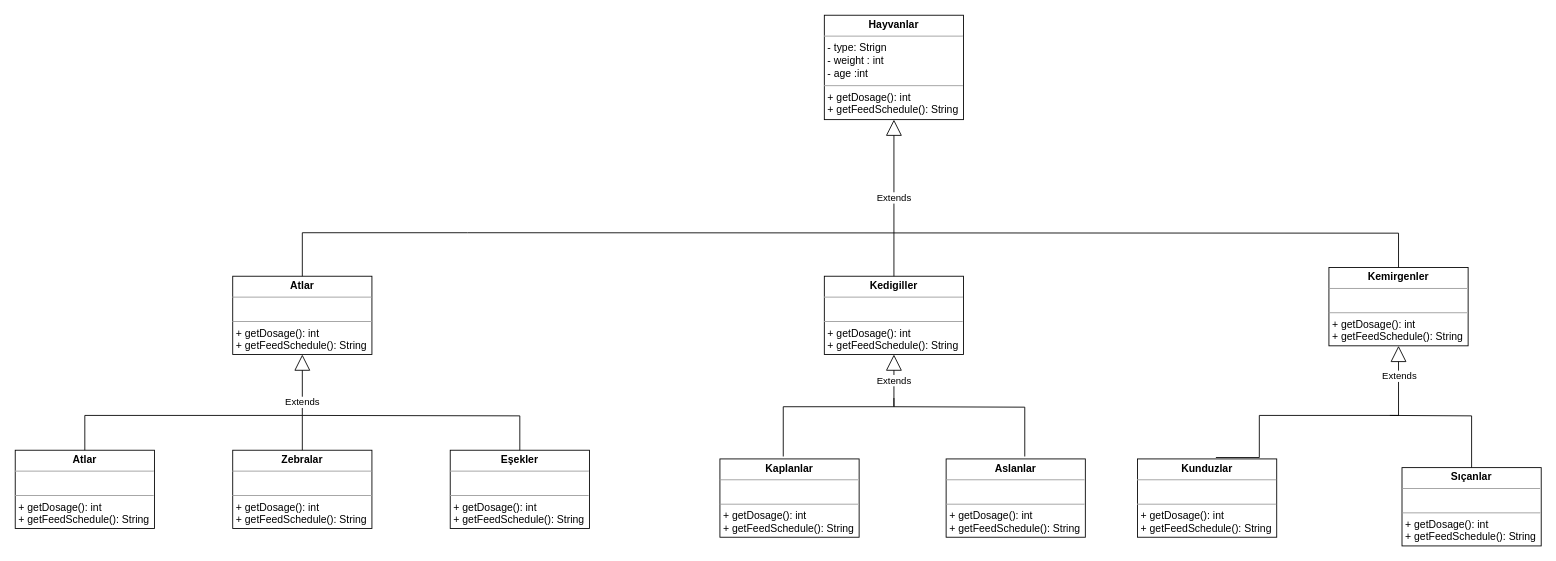
Earlier version of the draw.io diagram HayvanatBahçesiYönetim.drawio (batukucukturk/kodluyoruzilkrepo). Source tidied: cells renumbered, new cells numbered last; positions are measured from the earlier drawing's top-left corner, leaving out a move shared by most shapes. Both pictures are drawn from the tidied source at 87%, with x=0, y=0 at pixel (15, 15).
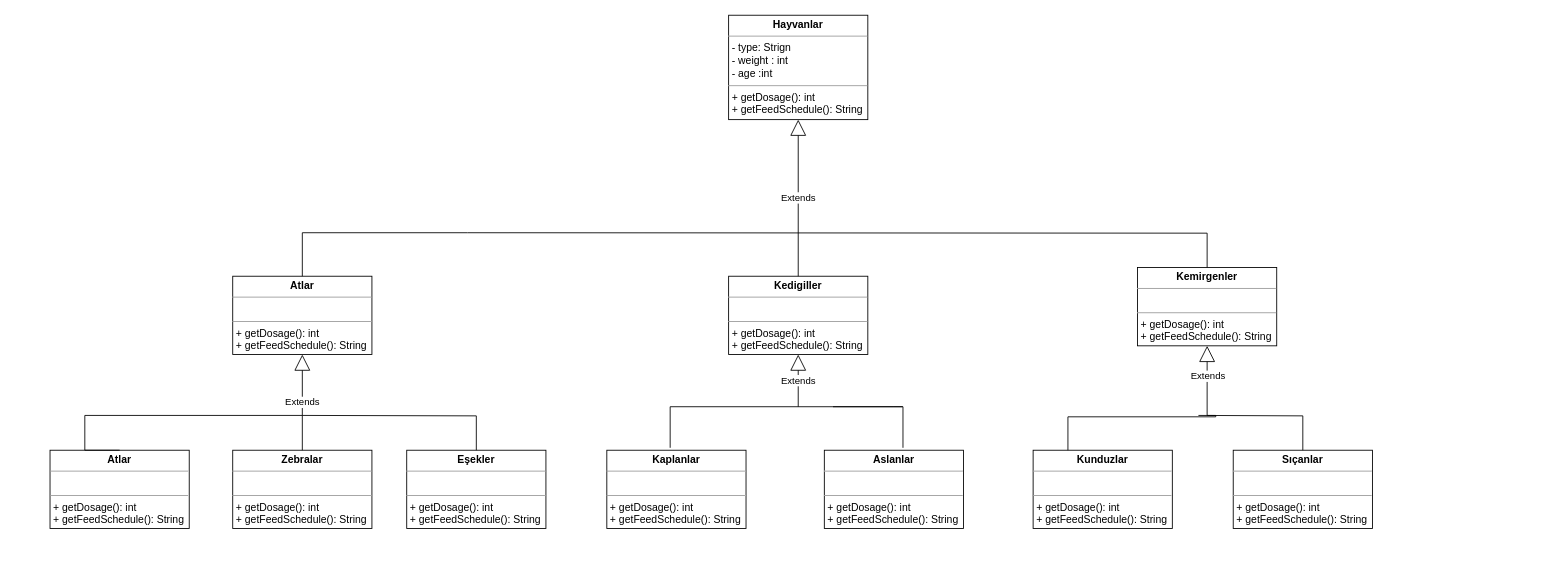
The same page after the edit.

What changed in the source:
```diff
@@
     <mxCell id="2" value="&lt;p style=&quot;margin:0px;margin-top:4px;text-align:center;&quot;&gt;&lt;b&gt;Hayvanlar&lt;/b&gt;&lt;/p&gt;&lt;hr size=&quot;1&quot;&gt;&lt;p style=&quot;margin:0px;margin-left:4px;&quot;&gt;- type: Strign&lt;/p&gt;&lt;p style=&quot;margin:0px;margin-left:4px;&quot;&gt;- weight : int&lt;/p&gt;&lt;p style=&quot;margin:0px;margin-left:4px;&quot;&gt;- age :int&lt;/p&gt;&lt;hr size=&quot;1&quot;&gt;&lt;p style=&quot;margin:0px;margin-left:4px;&quot;&gt;+ getDosage(): int&lt;/p&gt;&lt;p style=&quot;margin:0px;margin-left:4px;&quot;&gt;+ getFeedSchedule(): String&lt;/p&gt;" style="verticalAlign=top;align=left;overflow=fill;fontSize=12;fontFamily=Helvetica;html=1;whiteSpace=wrap;" parent="1" vertex="1">
-      <mxGeometry x="930" width="160" height="120" as="geometry" />
+      <mxGeometry x="820" width="160" height="120" as="geometry" />
     </mxCell>
     <mxCell id="3" value="&lt;p style=&quot;margin:0px;margin-top:4px;text-align:center;&quot;&gt;&lt;b&gt;Sıçanlar&lt;/b&gt;&lt;/p&gt;&lt;hr size=&quot;1&quot;&gt;&lt;p style=&quot;margin:0px;margin-left:4px;&quot;&gt;&lt;br&gt;&lt;/p&gt;&lt;hr size=&quot;1&quot;&gt;&lt;p style=&quot;border-color: var(--border-color); margin: 0px 0px 0px 4px;&quot;&gt;+ getDosage(): int&lt;/p&gt;&lt;p style=&quot;border-color: var(--border-color); margin: 0px 0px 0px 4px;&quot;&gt;+ getFeedSchedule(): String&lt;/p&gt;" style="verticalAlign=top;align=left;overflow=fill;fontSize=12;fontFamily=Helvetica;html=1;whiteSpace=wrap;" parent="1" vertex="1">
-      <mxGeometry x="1594" y="520" width="160" height="90" as="geometry" />
+      <mxGeometry x="1400" y="500" width="160" height="90" as="geometry" />
     </mxCell>
     <mxCell id="4" value="&lt;p style=&quot;margin:0px;margin-top:4px;text-align:center;&quot;&gt;&lt;b&gt;Kemirgenler&lt;/b&gt;&lt;/p&gt;&lt;hr size=&quot;1&quot;&gt;&lt;p style=&quot;margin:0px;margin-left:4px;&quot;&gt;&lt;br&gt;&lt;/p&gt;&lt;hr size=&quot;1&quot;&gt;&lt;p style=&quot;border-color: var(--border-color); margin: 0px 0px 0px 4px;&quot;&gt;+ getDosage(): int&lt;/p&gt;&lt;p style=&quot;border-color: var(--border-color); margin: 0px 0px 0px 4px;&quot;&gt;+ getFeedSchedule(): String&lt;/p&gt;" style="verticalAlign=top;align=left;overflow=fill;fontSize=12;fontFamily=Helvetica;html=1;whiteSpace=wrap;" parent="1" vertex="1">
-      <mxGeometry x="1510" y="290" width="160" height="90" as="geometry" />
+      <mxGeometry x="1290" y="290" width="160" height="90" as="geometry" />
     </mxCell>
     <mxCell id="5" value="&lt;p style=&quot;margin:0px;margin-top:4px;text-align:center;&quot;&gt;&lt;b&gt;Kedigiller&lt;/b&gt;&lt;/p&gt;&lt;hr size=&quot;1&quot;&gt;&lt;p style=&quot;margin:0px;margin-left:4px;&quot;&gt;&lt;br&gt;&lt;/p&gt;&lt;hr size=&quot;1&quot;&gt;&lt;p style=&quot;border-color: var(--border-color); margin: 0px 0px 0px 4px;&quot;&gt;+ getDosage(): int&lt;/p&gt;&lt;p style=&quot;border-color: var(--border-color); margin: 0px 0px 0px 4px;&quot;&gt;+ getFeedSchedule(): String&lt;/p&gt;" style="verticalAlign=top;align=left;overflow=fill;fontSize=12;fontFamily=Helvetica;html=1;whiteSpace=wrap;" parent="1" vertex="1">
-      <mxGeometry x="930" y="300" width="160" height="90" as="geometry" />
+      <mxGeometry x="820" y="300" width="160" height="90" as="geometry" />
     </mxCell>
     <mxCell id="6" value="&lt;p style=&quot;margin:0px;margin-top:4px;text-align:center;&quot;&gt;&lt;b&gt;Kaplanlar&lt;/b&gt;&lt;/p&gt;&lt;hr size=&quot;1&quot;&gt;&lt;p style=&quot;margin:0px;margin-left:4px;&quot;&gt;&lt;br&gt;&lt;/p&gt;&lt;hr size=&quot;1&quot;&gt;&lt;p style=&quot;border-color: var(--border-color); margin: 0px 0px 0px 4px;&quot;&gt;+ getDosage(): int&lt;/p&gt;&lt;p style=&quot;border-color: var(--border-color); margin: 0px 0px 0px 4px;&quot;&gt;+ getFeedSchedule(): String&lt;/p&gt;" style="verticalAlign=top;align=left;overflow=fill;fontSize=12;fontFamily=Helvetica;html=1;whiteSpace=wrap;" parent="1" vertex="1">
-      <mxGeometry x="810" y="510" width="160" height="90" as="geometry" />
+      <mxGeometry x="680" y="500" width="160" height="90" as="geometry" />
     </mxCell>
     <mxCell id="7" value="&lt;p style=&quot;margin:0px;margin-top:4px;text-align:center;&quot;&gt;&lt;b&gt;Eşekler&lt;/b&gt;&lt;/p&gt;&lt;hr size=&quot;1&quot;&gt;&lt;p style=&quot;margin:0px;margin-left:4px;&quot;&gt;&lt;br&gt;&lt;/p&gt;&lt;hr size=&quot;1&quot;&gt;&lt;p style=&quot;border-color: var(--border-color); margin: 0px 0px 0px 4px;&quot;&gt;+ getDosage(): int&lt;/p&gt;&lt;p style=&quot;border-color: var(--border-color); margin: 0px 0px 0px 4px;&quot;&gt;+ getFeedSchedule(): String&lt;/p&gt;" style="verticalAlign=top;align=left;overflow=fill;fontSize=12;fontFamily=Helvetica;html=1;whiteSpace=wrap;" parent="1" vertex="1">
-      <mxGeometry x="500" y="500" width="160" height="90" as="geometry" />
+      <mxGeometry x="450" y="500" width="160" height="90" as="geometry" />
     </mxCell>
     <mxCell id="8" value="&lt;p style=&quot;margin:0px;margin-top:4px;text-align:center;&quot;&gt;&lt;b&gt;Atlar&lt;/b&gt;&lt;/p&gt;&lt;hr size=&quot;1&quot;&gt;&lt;p style=&quot;margin:0px;margin-left:4px;&quot;&gt;&lt;br&gt;&lt;/p&gt;&lt;hr size=&quot;1&quot;&gt;&lt;p style=&quot;border-color: var(--border-color); margin: 0px 0px 0px 4px;&quot;&gt;+ getDosage(): int&lt;/p&gt;&lt;p style=&quot;border-color: var(--border-color); margin: 0px 0px 0px 4px;&quot;&gt;+ getFeedSchedule(): String&lt;/p&gt;" style="verticalAlign=top;align=left;overflow=fill;fontSize=12;fontFamily=Helvetica;html=1;whiteSpace=wrap;" parent="1" vertex="1">
-      <mxGeometry y="500" width="160" height="90" as="geometry" />
+      <mxGeometry x="40" y="500" width="160" height="90" as="geometry" />
     </mxCell>
@@
     <mxCell id="13" value="&lt;p style=&quot;margin:0px;margin-top:4px;text-align:center;&quot;&gt;&lt;b&gt;Kunduzlar&lt;/b&gt;&lt;/p&gt;&lt;hr size=&quot;1&quot;&gt;&lt;p style=&quot;margin:0px;margin-left:4px;&quot;&gt;&lt;br&gt;&lt;/p&gt;&lt;hr size=&quot;1&quot;&gt;&lt;p style=&quot;border-color: var(--border-color); margin: 0px 0px 0px 4px;&quot;&gt;+ getDosage(): int&lt;/p&gt;&lt;p style=&quot;border-color: var(--border-color); margin: 0px 0px 0px 4px;&quot;&gt;+ getFeedSchedule(): String&lt;/p&gt;" style="verticalAlign=top;align=left;overflow=fill;fontSize=12;fontFamily=Helvetica;html=1;whiteSpace=wrap;" parent="1" vertex="1">
-      <mxGeometry x="1290" y="510" width="160" height="90" as="geometry" />
+      <mxGeometry x="1170" y="500" width="160" height="90" as="geometry" />
     </mxCell>
     <mxCell id="14" value="&lt;p style=&quot;margin:0px;margin-top:4px;text-align:center;&quot;&gt;&lt;b&gt;Aslanlar&lt;/b&gt;&lt;/p&gt;&lt;hr size=&quot;1&quot;&gt;&lt;p style=&quot;margin:0px;margin-left:4px;&quot;&gt;&lt;br&gt;&lt;/p&gt;&lt;hr size=&quot;1&quot;&gt;&lt;p style=&quot;border-color: var(--border-color); margin: 0px 0px 0px 4px;&quot;&gt;+ getDosage(): int&lt;/p&gt;&lt;p style=&quot;border-color: var(--border-color); margin: 0px 0px 0px 4px;&quot;&gt;+ getFeedSchedule(): String&lt;/p&gt;" style="verticalAlign=top;align=left;overflow=fill;fontSize=12;fontFamily=Helvetica;html=1;whiteSpace=wrap;" parent="1" vertex="1">
-      <mxGeometry x="1070" y="510" width="160" height="90" as="geometry" />
+      <mxGeometry x="930" y="500" width="160" height="90" as="geometry" />
     </mxCell>
@@
     <mxCell id="16" value="Extends" style="endArrow=block;endSize=16;endFill=0;html=1;rounded=0;entryX=0.5;entryY=1;entryDx=0;entryDy=0;" parent="1" edge="1" target="4">
       <mxGeometry x="0.12" y="-1" relative="1" as="geometry">
-        <mxPoint x="1590" y="460" as="sourcePoint" />
+        <mxPoint x="1370" y="460" as="sourcePoint" />
       </mxGeometry>
     </mxCell>
     <mxCell id="17" value="Extends" style="endArrow=block;endSize=16;endFill=0;html=1;rounded=0;entryX=0.5;entryY=1;entryDx=0;entryDy=0;" parent="1" edge="1" target="5">
       <mxGeometry relative="1" as="geometry">
-        <mxPoint x="1010" y="450" as="sourcePoint" />
+        <mxPoint x="900" y="450" as="sourcePoint" />
       </mxGeometry>
     </mxCell>
@@
     <mxCell id="21" style="endArrow=none;html=1;edgeStyle=orthogonalEdgeStyle;rounded=0;exitX=0.455;exitY=-0.031;exitDx=0;exitDy=0;exitPerimeter=0;" parent="1" edge="1" source="6">
       <mxGeometry relative="1" as="geometry">
-        <mxPoint x="1010" y="440" as="targetPoint" />
+        <mxPoint x="1020" y="450" as="targetPoint" />
         <Array as="points">
-          <mxPoint x="883" y="450" />
+          <mxPoint x="753" y="450" />
           <mxPoint x="1010" y="450" />
         </Array>
       </mxGeometry>
     </mxCell>
     <mxCell id="22" style="endArrow=none;html=1;edgeStyle=orthogonalEdgeStyle;rounded=0;entryX=0.565;entryY=-0.031;entryDx=0;entryDy=0;entryPerimeter=0;" parent="1" edge="1" target="14">
       <mxGeometry relative="1" as="geometry">
-        <mxPoint x="1010" y="450" as="sourcePoint" />
+        <mxPoint x="940" y="450" as="sourcePoint" />
+        <Array as="points">
+          <mxPoint x="1020" y="450" />
+        </Array>
       </mxGeometry>
     </mxCell>
     <mxCell id="23" style="endArrow=none;html=1;edgeStyle=orthogonalEdgeStyle;rounded=0;entryX=0.5;entryY=0;entryDx=0;entryDy=0;" parent="1" edge="1" target="3">
       <mxGeometry relative="1" as="geometry">
-        <mxPoint x="1580" y="460" as="sourcePoint" />
+        <mxPoint x="1360" y="460" as="sourcePoint" />
       </mxGeometry>
     </mxCell>
-    <mxCell id="24" style="endArrow=none;html=1;edgeStyle=orthogonalEdgeStyle;rounded=0;exitX=0.563;exitY=-0.018;exitDx=0;exitDy=0;exitPerimeter=0;" parent="1" edge="1" source="13">
+    <mxCell id="24" style="endArrow=none;html=1;edgeStyle=orthogonalEdgeStyle;rounded=0;exitX=0.563;exitY=-0.018;exitDx=0;exitDy=0;exitPerimeter=0;" parent="1" edge="1">
       <mxGeometry relative="1" as="geometry">
-        <mxPoint x="1590" y="460" as="targetPoint" />
+        <mxPoint x="1210" y="500" as="sourcePoint" />
+        <mxPoint x="1370" y="460" as="targetPoint" />
         <Array as="points">
-          <mxPoint x="1430" y="460" />
+          <mxPoint x="1379.9" y="461.6" />
         </Array>
       </mxGeometry>
     </mxCell>
```
